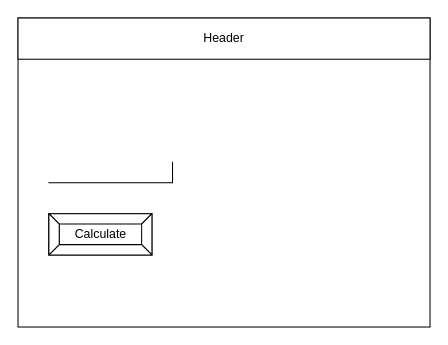
This is design/story-board.drawio from Lucas-Tyman/ICS2O-Unit5-07-HTML, a draw.io file, before an edit. Source tidied: cells renumbered, new cells numbered last; positions are measured from the earlier drawing's top-left corner, leaving out a move shared by most shapes. Both pictures are drawn from the tidied source at 103%, with x=0, y=0 at pixel (18, 18).
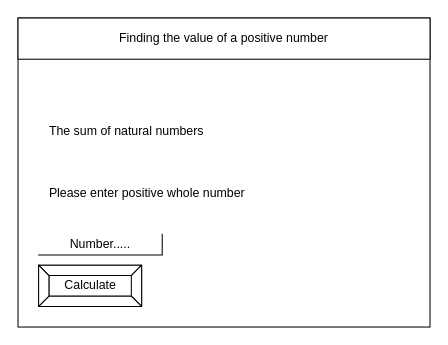
Above is the later version.

Commit message (it also covers changes not shown here):
story board

Diff of the diagram source:
```diff
@@
 <mxGraphModel>
   <root>
     <mxCell id="0" />
     <mxCell id="1" parent="0" />
     <mxCell id="2" style="rounded=0;whiteSpace=wrap;html=1;" parent="1" vertex="1">
       <mxGeometry width="400" height="300" as="geometry" />
     </mxCell>
-    <mxCell id="3" value="Header" style="rounded=0;whiteSpace=wrap;html=1;" parent="1" vertex="1">
+    <mxCell id="3" value="Finding the value of a positive number" style="rounded=0;whiteSpace=wrap;html=1;" parent="1" vertex="1">
       <mxGeometry width="400" height="40" as="geometry" />
     </mxCell>
-    <mxCell id="4" style="shape=partialRectangle;whiteSpace=wrap;html=1;top=0;left=0;fillColor=none;" parent="1" vertex="1">
-      <mxGeometry x="30" y="140" width="120" height="20" as="geometry" />
+    <mxCell id="4" value="Number....." style="shape=partialRectangle;whiteSpace=wrap;html=1;top=0;left=0;fillColor=none;" parent="1" vertex="1">
+      <mxGeometry x="20" y="210" width="120" height="20" as="geometry" />
     </mxCell>
     <mxCell id="5" value="Calculate" style="labelPosition=center;verticalLabelPosition=middle;align=center;html=1;shape=mxgraph.basic.button;dx=10;" parent="1" vertex="1">
-      <mxGeometry x="30" y="190" width="100" height="40" as="geometry" />
+      <mxGeometry x="20" y="240" width="100" height="40" as="geometry" />
     </mxCell>
+    <mxCell id="6" value="Please enter positive whole number" style="text;html=1;align=center;verticalAlign=middle;strokeColor=none;fillColor=none;" parent="1" vertex="1">
+      <mxGeometry x="20" y="160" width="210" height="20" as="geometry" />
+    </mxCell>
+    <mxCell id="7" value="The sum of natural numbers" style="text;html=1;align=center;verticalAlign=middle;strokeColor=none;fillColor=none;" parent="1" vertex="1">
+      <mxGeometry x="20" y="100" width="170" height="20" as="geometry" />
+    </mxCell>
   </root>
 </mxGraphModel>
```
